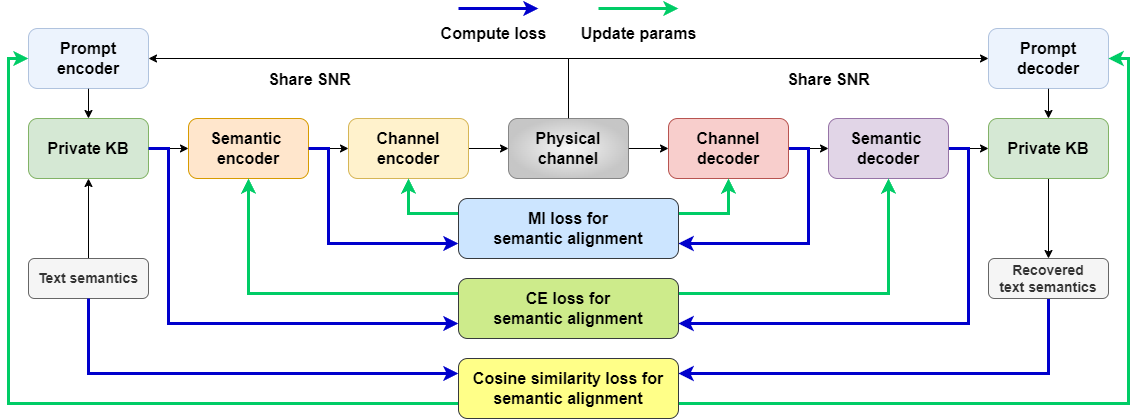
Before: UBC-CSC/GKB2.png, a diagram exported from draw.io (TuuSiwei/paper_image). Source tidied: cells renumbered, new cells last; positions are measured from the earlier drawing's top-left corner, leaving out a move shared by most shapes.
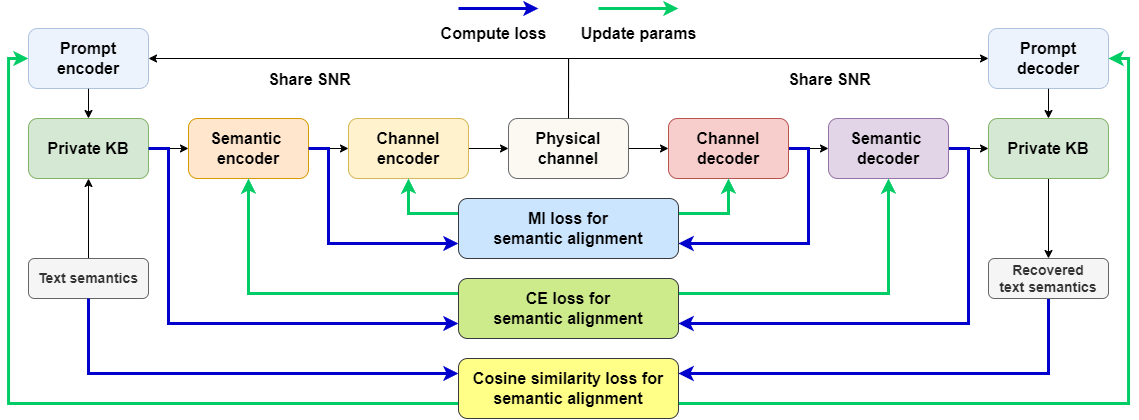
The same file after the commit.

What changed in the source:
```diff
@@ -161,7 +161,7 @@
         <mxPoint x="-260" y="22" as="offset" />
       </mxGeometry>
     </mxCell>
-    <mxCell id="43" value="&lt;span style=&quot;font-size: 16px;&quot;&gt;&lt;b&gt;Physical&lt;/b&gt;&lt;/span&gt;&lt;div&gt;&lt;span style=&quot;font-size: 16px;&quot;&gt;&lt;b&gt;channel&lt;/b&gt;&lt;/span&gt;&lt;/div&gt;" style="rounded=1;whiteSpace=wrap;html=1;fillColor=#f5f5f5;strokeColor=#666666;gradientColor=#b3b3b3;gradientDirection=radial;opacity=75;" parent="1" vertex="1">
+    <mxCell id="43" value="&lt;span style=&quot;font-size: 16px;&quot;&gt;&lt;b&gt;Physical&lt;/b&gt;&lt;/span&gt;&lt;div&gt;&lt;span style=&quot;font-size: 16px;&quot;&gt;&lt;b&gt;channel&lt;/b&gt;&lt;/span&gt;&lt;/div&gt;" style="rounded=1;whiteSpace=wrap;html=1;fillColor=#f9f7ed;strokeColor=#36393d;gradientDirection=radial;opacity=75;" parent="1" vertex="1">
       <mxGeometry x="480" y="110" width="120" height="60" as="geometry" />
     </mxCell>
     <mxCell id="44" value="&lt;span style=&quot;text-align: left;&quot;&gt;Recovered&lt;/span&gt;&lt;div&gt;&lt;span style=&quot;text-align: left;&quot;&gt;text semantics&lt;/span&gt;&lt;/div&gt;" style="rounded=1;whiteSpace=wrap;html=1;align=center;verticalAlign=middle;fontFamily=Helvetica;fontSize=14;fontStyle=1;labelBackgroundColor=none;fillColor=#f5f5f5;fontColor=#333333;strokeColor=#666666;" parent="1" vertex="1">
```
